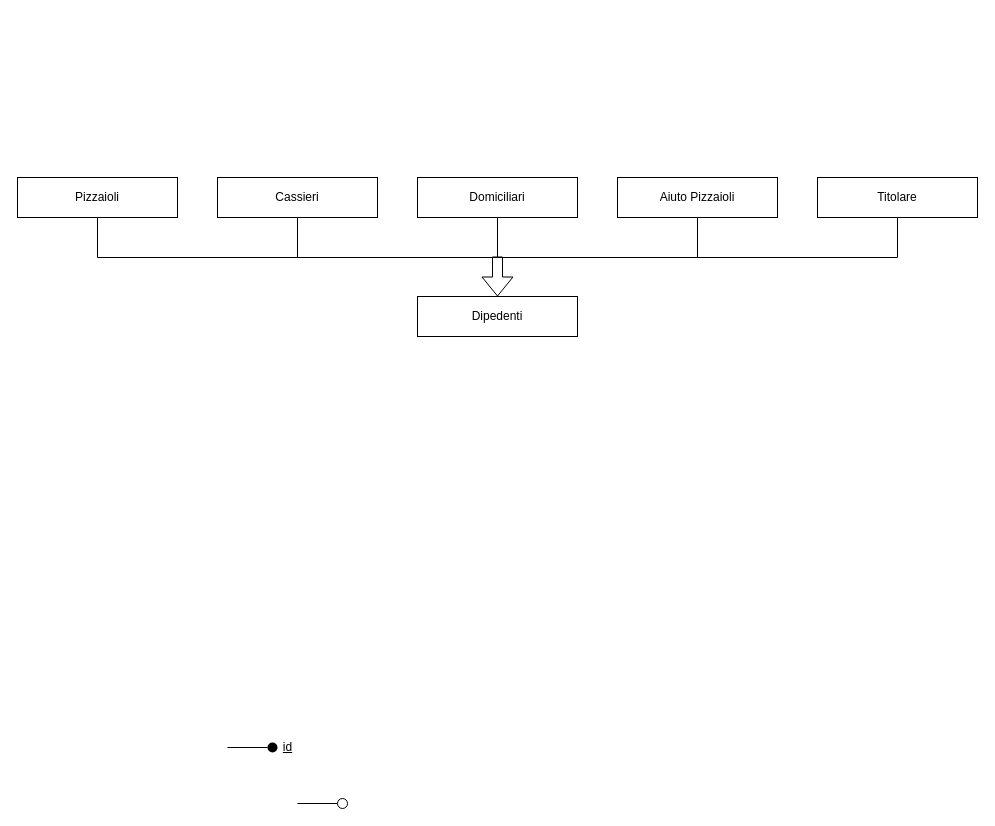
This is Draw/PaduPizza.drawio from NicholasPilotto/PaduPizza, a draw.io file, before an edit. Source tidied: cells renumbered, new cells numbered last; positions are measured from the earlier drawing's top-left corner, leaving out a move shared by most shapes. Both pictures are drawn from the tidied source at 100%, with x=0, y=0 at pixel (17, 177).
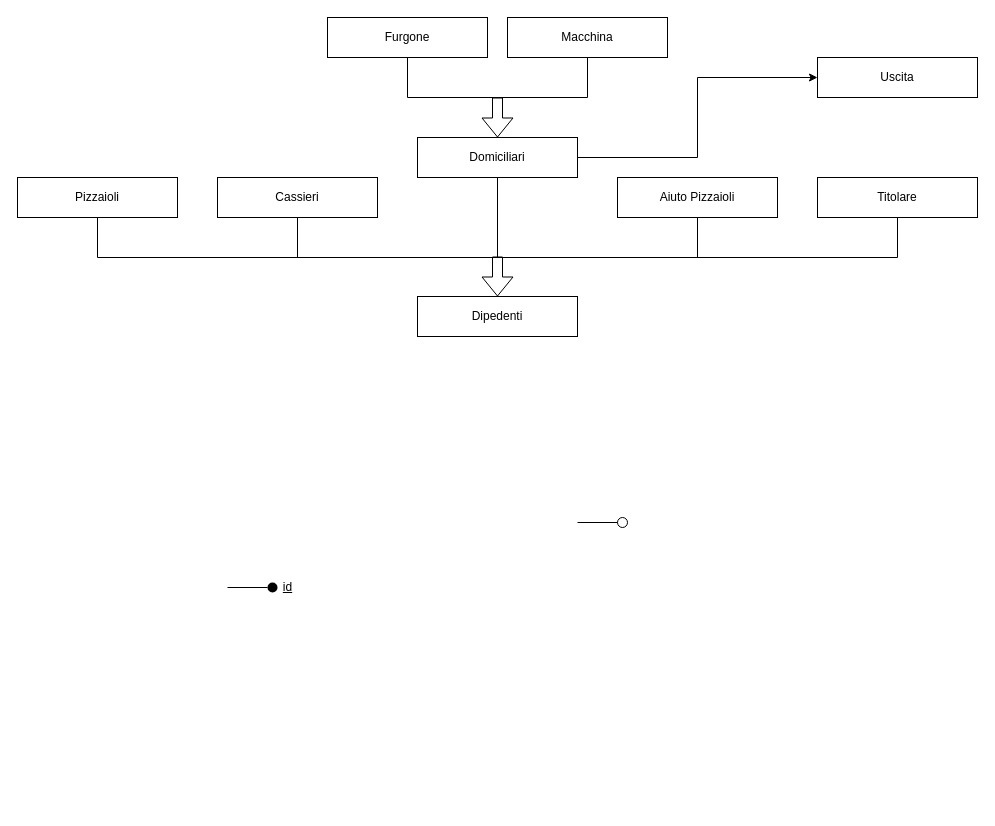
After the change.

Commit message:
Creazione sottogruppi Furgone e Macchina per Domiciliare

What changed in the source:
```diff
@@
     <mxCell id="2" style="group;" parent="1" vertex="1">
-      <mxGeometry x="210" y="565" width="50" height="10" as="geometry" />
+      <mxGeometry x="210" y="405" width="50" height="10" as="geometry" />
     </mxCell>
@@
     <mxCell id="5" style="group;" parent="1" vertex="1">
-      <mxGeometry x="280" y="621" width="50" height="10" as="geometry" />
+      <mxGeometry x="560" y="340" width="50" height="10" as="geometry" />
     </mxCell>
@@
     <mxCell id="8" value="&lt;u&gt;id&lt;/u&gt;" style="text;html=1;align=center;verticalAlign=middle;" parent="1" vertex="1">
-      <mxGeometry x="260" y="560" width="20" height="20" as="geometry" />
+      <mxGeometry x="260" y="400" width="20" height="20" as="geometry" />
     </mxCell>
@@
+    <mxCell id="22" style="edgeStyle=orthogonalEdgeStyle;rounded=0;jettySize=auto;html=1;exitX=1;exitY=0.5;exitDx=0;exitDy=0;entryX=0;entryY=0.5;entryDx=0;entryDy=0;" parent="1" edge="1" source="12" target="29">
+      <mxGeometry relative="1" as="geometry" />
+    </mxCell>
     <mxCell id="12" value="Domiciliari" style="whiteSpace=wrap;html=1;align=center;comic=0;noLabel=0;portConstraintRotation=0;rounded=0;glass=0;sketch=0;shadow=0;" parent="1" vertex="1">
-      <mxGeometry x="400" width="160" height="40" as="geometry" />
+      <mxGeometry x="400" y="-40" width="160" height="40" as="geometry" />
     </mxCell>
@@
+    <mxCell id="23" value="Furgone" style="whiteSpace=wrap;html=1;align=center;comic=0;noLabel=0;rounded=0;glass=0;sketch=0;shadow=0;" parent="1" vertex="1">
+      <mxGeometry x="310" y="-160" width="160" height="40" as="geometry" />
+    </mxCell>
+    <mxCell id="24" value="Macchina" style="whiteSpace=wrap;html=1;align=center;comic=0;noLabel=0;rounded=0;glass=0;sketch=0;shadow=0;" parent="1" vertex="1">
+      <mxGeometry x="490" y="-160" width="160" height="40" as="geometry" />
+    </mxCell>
+    <mxCell id="25" style="endArrow=none;html=1;entryX=0.5;entryY=1;entryDx=0;entryDy=0;" parent="1" edge="1">
+      <mxGeometry relative="1" as="geometry">
+        <mxPoint x="390" y="-80" as="sourcePoint" />
+        <mxPoint x="390" y="-120" as="targetPoint" />
+      </mxGeometry>
+    </mxCell>
+    <mxCell id="26" style="endArrow=none;html=1;entryX=0.5;entryY=1;entryDx=0;entryDy=0;" parent="1" edge="1">
+      <mxGeometry relative="1" as="geometry">
+        <mxPoint x="570" y="-80" as="sourcePoint" />
+        <mxPoint x="570" y="-120" as="targetPoint" />
+      </mxGeometry>
+    </mxCell>
+    <mxCell id="27" style="endArrow=none;html=1;" parent="1" edge="1">
+      <mxGeometry relative="1" as="geometry">
+        <mxPoint x="390" y="-80" as="sourcePoint" />
+        <mxPoint x="570" y="-80" as="targetPoint" />
+      </mxGeometry>
+    </mxCell>
+    <mxCell id="28" style="shape=flexArrow;endArrow=classic;html=1;" parent="1" edge="1">
+      <mxGeometry relative="1" as="geometry">
+        <mxPoint x="480" y="-80" as="sourcePoint" />
+        <mxPoint x="480" y="-40" as="targetPoint" />
+      </mxGeometry>
+    </mxCell>
+    <mxCell id="29" value="Uscita" style="whiteSpace=wrap;html=1;align=center;comic=0;noLabel=0;portConstraintRotation=0;rounded=0;glass=0;sketch=0;shadow=0;" parent="1" vertex="1">
+      <mxGeometry x="800" y="-120" width="160" height="40" as="geometry" />
+    </mxCell>
```
